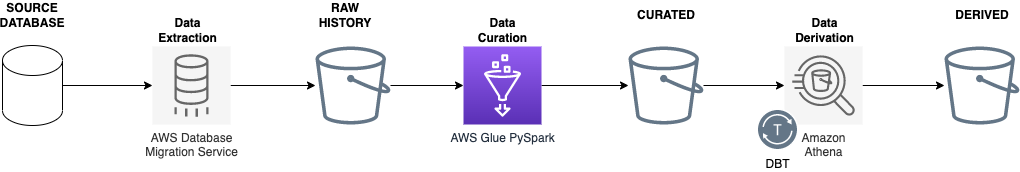
Earlier version of the draw.io export docs/architecture_existing.drawio.png (moj-analytical-services/iceberg-evaluation). Source tidied: cells renumbered, new cells last; positions are measured from the earlier drawing's top-left corner, leaving out a move shared by most shapes. The source it was exported from:
```xml
<mxGraphModel>
  <root>
    <mxCell id="0" />
    <mxCell id="1" parent="0" />
    <mxCell id="2" style="edgeStyle=none;html=1;" parent="1" edge="1" source="3" target="8">
      <mxGeometry relative="1" as="geometry" />
    </mxCell>
    <mxCell id="3" style="sketch=0;outlineConnect=0;fontColor=#000000;fillColor=#647687;strokeColor=#314354;dashed=0;verticalLabelPosition=bottom;verticalAlign=top;align=center;html=1;fontSize=12;fontStyle=0;shape=mxgraph.aws4.bucket;" parent="1" vertex="1">
      <mxGeometry x="313" y="46" width="75" height="78" as="geometry" />
    </mxCell>
    <mxCell id="4" style="edgeStyle=none;html=1;" parent="1" edge="1" source="5" target="10">
      <mxGeometry relative="1" as="geometry" />
    </mxCell>
    <mxCell id="5" style="sketch=0;outlineConnect=0;fontColor=#000000;fillColor=#647687;strokeColor=#314354;dashed=0;verticalLabelPosition=bottom;verticalAlign=top;align=center;html=1;fontSize=12;fontStyle=0;shape=mxgraph.aws4.bucket;" parent="1" vertex="1">
      <mxGeometry x="626" y="46" width="75" height="78" as="geometry" />
    </mxCell>
    <mxCell id="6" style="sketch=0;outlineConnect=0;fontColor=#000000;fillColor=#647687;strokeColor=#314354;dashed=0;verticalLabelPosition=bottom;verticalAlign=top;align=center;html=1;fontSize=12;fontStyle=0;shape=mxgraph.aws4.bucket;" parent="1" vertex="1">
      <mxGeometry x="942" y="46" width="75" height="78" as="geometry" />
    </mxCell>
    <mxCell id="7" style="edgeStyle=none;html=1;" parent="1" edge="1" source="8" target="5">
      <mxGeometry relative="1" as="geometry" />
    </mxCell>
    <mxCell id="8" value="AWS Glue PySpark" style="sketch=0;points=[[0,0,0],[0.25,0,0],[0.5,0,0],[0.75,0,0],[1,0,0],[0,1,0],[0.25,1,0],[0.5,1,0],[0.75,1,0],[1,1,0],[0,0.25,0],[0,0.5,0],[0,0.75,0],[1,0.25,0],[1,0.5,0],[1,0.75,0]];outlineConnect=0;fontColor=#232F3E;gradientColor=#945DF2;gradientDirection=north;fillColor=#5A30B5;strokeColor=#ffffff;dashed=0;verticalLabelPosition=bottom;verticalAlign=top;align=center;html=1;fontSize=12;fontStyle=0;shape=mxgraph.aws4.resourceIcon;resIcon=mxgraph.aws4.glue;" parent="1" vertex="1">
      <mxGeometry x="461" y="46" width="78" height="78" as="geometry" />
    </mxCell>
    <mxCell id="9" style="edgeStyle=none;html=1;" parent="1" edge="1" source="10" target="6">
      <mxGeometry relative="1" as="geometry" />
    </mxCell>
    <mxCell id="10" value="Amazon &lt;br&gt;Athena" style="sketch=0;points=[[0,0,0],[0.25,0,0],[0.5,0,0],[0.75,0,0],[1,0,0],[0,1,0],[0.25,1,0],[0.5,1,0],[0.75,1,0],[1,1,0],[0,0.25,0],[0,0.5,0],[0,0.75,0],[1,0.25,0],[1,0.5,0],[1,0.75,0]];outlineConnect=0;fontColor=#333333;gradientDirection=north;fillColor=#f5f5f5;strokeColor=#666666;dashed=0;verticalLabelPosition=bottom;verticalAlign=top;align=center;html=1;fontSize=12;fontStyle=0;shape=mxgraph.aws4.resourceIcon;resIcon=mxgraph.aws4.athena;" parent="1" vertex="1">
      <mxGeometry x="782" y="46" width="78" height="78" as="geometry" />
    </mxCell>
    <mxCell id="11" value="RAW HISTORY" style="text;html=1;strokeColor=none;fillColor=none;align=center;verticalAlign=middle;whiteSpace=wrap;rounded=0;fontStyle=1;fontColor=#000000;" parent="1" vertex="1">
      <mxGeometry x="313" width="60" height="30" as="geometry" />
    </mxCell>
    <mxCell id="12" value="CURATED" style="text;html=1;strokeColor=none;fillColor=none;align=center;verticalAlign=middle;whiteSpace=wrap;rounded=0;fontStyle=1;fontColor=#000000;" parent="1" vertex="1">
      <mxGeometry x="633.5" width="60" height="30" as="geometry" />
    </mxCell>
    <mxCell id="13" value="DERIVED" style="text;html=1;strokeColor=none;fillColor=none;align=center;verticalAlign=middle;whiteSpace=wrap;rounded=0;fontStyle=1;fontColor=#000000;" parent="1" vertex="1">
      <mxGeometry x="949.5" width="60" height="30" as="geometry" />
    </mxCell>
    <mxCell id="14" value="Data&lt;br&gt;Curation" style="text;html=1;align=center;verticalAlign=middle;strokeColor=none;fillColor=none;fontStyle=1;" parent="1" vertex="1">
      <mxGeometry x="465" y="10" width="70" height="40" as="geometry" />
    </mxCell>
    <mxCell id="15" value="Data&lt;br&gt;Derivation" style="text;html=1;align=center;verticalAlign=middle;strokeColor=none;fillColor=none;fontStyle=1;" parent="1" vertex="1">
      <mxGeometry x="782" y="10" width="80" height="40" as="geometry" />
    </mxCell>
    <mxCell id="16" style="edgeStyle=none;html=1;" parent="1" edge="1" source="17" target="19">
      <mxGeometry relative="1" as="geometry" />
    </mxCell>
    <mxCell id="17" style="shape=cylinder3;whiteSpace=wrap;html=1;boundedLbl=1;backgroundOutline=1;size=15;" parent="1" vertex="1">
      <mxGeometry y="45" width="60" height="80" as="geometry" />
    </mxCell>
    <mxCell id="18" style="edgeStyle=none;html=1;" parent="1" edge="1" source="19" target="3">
      <mxGeometry relative="1" as="geometry" />
    </mxCell>
    <mxCell id="19" value="AWS Database &lt;br&gt;Migration Service" style="sketch=0;points=[[0,0,0],[0.25,0,0],[0.5,0,0],[0.75,0,0],[1,0,0],[0,1,0],[0.25,1,0],[0.5,1,0],[0.75,1,0],[1,1,0],[0,0.25,0],[0,0.5,0],[0,0.75,0],[1,0.25,0],[1,0.5,0],[1,0.75,0]];outlineConnect=0;fontColor=#333333;gradientDirection=north;fillColor=#f5f5f5;strokeColor=#666666;dashed=0;verticalLabelPosition=bottom;verticalAlign=top;align=center;html=1;fontSize=12;fontStyle=0;shape=mxgraph.aws4.resourceIcon;resIcon=mxgraph.aws4.database_migration_service;" parent="1" vertex="1">
      <mxGeometry x="150" y="46" width="78" height="78" as="geometry" />
    </mxCell>
    <mxCell id="20" value="Data&lt;br&gt;Extraction" style="text;html=1;align=center;verticalAlign=middle;strokeColor=none;fillColor=none;fontStyle=1;" parent="1" vertex="1">
      <mxGeometry x="145" y="10" width="80" height="40" as="geometry" />
    </mxCell>
    <mxCell id="21" value="SOURCE DATABASE" style="text;html=1;strokeColor=none;fillColor=none;align=center;verticalAlign=middle;whiteSpace=wrap;rounded=0;fontStyle=1;fontColor=#000000;" parent="1" vertex="1">
      <mxGeometry width="60" height="30" as="geometry" />
    </mxCell>
    <mxCell id="22" value="DBT" style="sketch=0;shadow=0;dashed=0;html=1;strokeColor=#314354;fillColor=#647687;labelPosition=center;verticalLabelPosition=bottom;verticalAlign=top;align=center;shape=mxgraph.veeam2.transport_service;fontColor=#000000;" parent="1" vertex="1">
      <mxGeometry x="754" y="108" width="42" height="42" as="geometry" />
    </mxCell>
  </root>
</mxGraphModel>
```
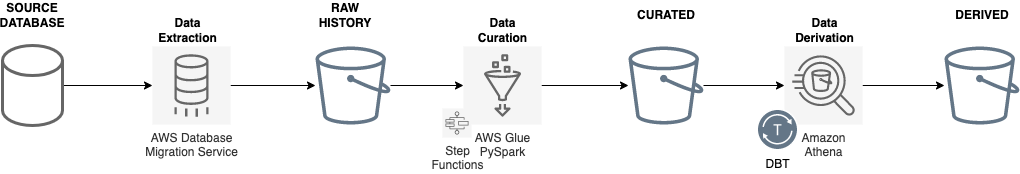
The same diagram one commit later.

Commit message:
update evaluation architecture

The edit, as a diff of the source:
```diff
@@ -20,7 +20,7 @@
     <mxCell id="7" style="edgeStyle=none;html=1;" parent="1" edge="1" source="8" target="5">
       <mxGeometry relative="1" as="geometry" />
     </mxCell>
-    <mxCell id="8" value="AWS Glue PySpark" style="sketch=0;points=[[0,0,0],[0.25,0,0],[0.5,0,0],[0.75,0,0],[1,0,0],[0,1,0],[0.25,1,0],[0.5,1,0],[0.75,1,0],[1,1,0],[0,0.25,0],[0,0.5,0],[0,0.75,0],[1,0.25,0],[1,0.5,0],[1,0.75,0]];outlineConnect=0;fontColor=#232F3E;gradientColor=#945DF2;gradientDirection=north;fillColor=#5A30B5;strokeColor=#ffffff;dashed=0;verticalLabelPosition=bottom;verticalAlign=top;align=center;html=1;fontSize=12;fontStyle=0;shape=mxgraph.aws4.resourceIcon;resIcon=mxgraph.aws4.glue;" parent="1" vertex="1">
+    <mxCell id="8" value="AWS Glue &lt;br&gt;PySpark" style="sketch=0;points=[[0,0,0],[0.25,0,0],[0.5,0,0],[0.75,0,0],[1,0,0],[0,1,0],[0.25,1,0],[0.5,1,0],[0.75,1,0],[1,1,0],[0,0.25,0],[0,0.5,0],[0,0.75,0],[1,0.25,0],[1,0.5,0],[1,0.75,0]];outlineConnect=0;fontColor=#333333;gradientDirection=north;fillColor=#f5f5f5;strokeColor=#666666;dashed=0;verticalLabelPosition=bottom;verticalAlign=top;align=center;html=1;fontSize=12;fontStyle=0;shape=mxgraph.aws4.resourceIcon;resIcon=mxgraph.aws4.glue;" parent="1" vertex="1">
       <mxGeometry x="461" y="46" width="78" height="78" as="geometry" />
     </mxCell>
     <mxCell id="9" style="edgeStyle=none;html=1;" parent="1" edge="1" source="10" target="6">
@@ -47,7 +47,7 @@
     <mxCell id="16" style="edgeStyle=none;html=1;" parent="1" edge="1" source="17" target="19">
       <mxGeometry relative="1" as="geometry" />
     </mxCell>
-    <mxCell id="17" style="shape=cylinder3;whiteSpace=wrap;html=1;boundedLbl=1;backgroundOutline=1;size=15;" parent="1" vertex="1">
+    <mxCell id="17" style="shape=cylinder3;whiteSpace=wrap;html=1;boundedLbl=1;backgroundOutline=1;size=15;fillColor=none;fontColor=#333333;strokeColor=#666666;strokeWidth=3;" parent="1" vertex="1">
       <mxGeometry y="45" width="60" height="80" as="geometry" />
     </mxCell>
     <mxCell id="18" style="edgeStyle=none;html=1;" parent="1" edge="1" source="19" target="3">
@@ -65,5 +65,8 @@
     <mxCell id="22" value="DBT" style="sketch=0;shadow=0;dashed=0;html=1;strokeColor=#314354;fillColor=#647687;labelPosition=center;verticalLabelPosition=bottom;verticalAlign=top;align=center;shape=mxgraph.veeam2.transport_service;fontColor=#000000;" parent="1" vertex="1">
       <mxGeometry x="754" y="108" width="42" height="42" as="geometry" />
     </mxCell>
+    <mxCell id="23" value="Step &lt;br&gt;Functions" style="sketch=0;fontColor=#333333;gradientDirection=north;fillColor=#f5f5f5;strokeColor=#666666;dashed=0;verticalLabelPosition=bottom;verticalAlign=top;align=center;html=1;fontSize=12;fontStyle=0;shape=mxgraph.aws4.resourceIcon;resIcon=mxgraph.aws4.step_functions;" parent="1" vertex="1">
+      <mxGeometry x="440" y="108" width="29" height="29" as="geometry" />
+    </mxCell>
   </root>
 </mxGraphModel>
```
